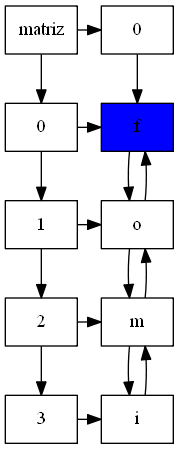
OmarLetona14/EDD_1S2020_PY1_201700377 keeps this Graphviz diagram as tablero.png. Above is the earlier version. Its source is kept beside it as tablero.dot.
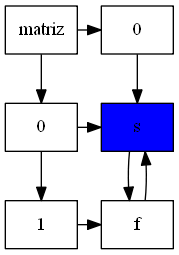
After the change.

The edit, as a diff of the source:
```diff
@@ -3,36 +3,20 @@
 mt [label= " matriz" group = 0 ];
  x0[label = " 0" group = 0 ];
 x1[label = " 1" group = 0 ];
-x2[label = " 2" group = 0 ];
-x3[label = " 3" group = 0 ];
 mt -> x0
 x0 -> x1
-x1 -> x2
-x2 -> x3
 y0[label = " 0" group = 1 ];
 mt -> y0
 {rank = same; mt; y0;};
-x0y0 [label = " f", style=filled, fillcolor=blue , group = 1 ];
-x1y0 [label = " o" group = 1 ];
-x2y0 [label = " m" group = 1 ];
-x3y0 [label = " i" group = 1 ];
+x0y0 [label = " s", style=filled, fillcolor=blue , group = 1 ];
+x1y0 [label = " f" group = 1 ];
 x0y0-> x1y0
- x1y0-> x2y0
  x1y0-> x0y0
- x2y0-> x3y0
- x2y0-> x1y0
- x3y0-> x2y0
  x0 -> x0y0
 x1 -> x1y0
-x2 -> x2y0
-x3 -> x3y0
 y0 -> x0y0
  { rank = same; x0; x0y0;
 }
 { rank = same; x1; x1y0;
 }
-{ rank = same; x2; x2y0;
 }
-{ rank = same; x3; x3y0;
-}
-}
```
